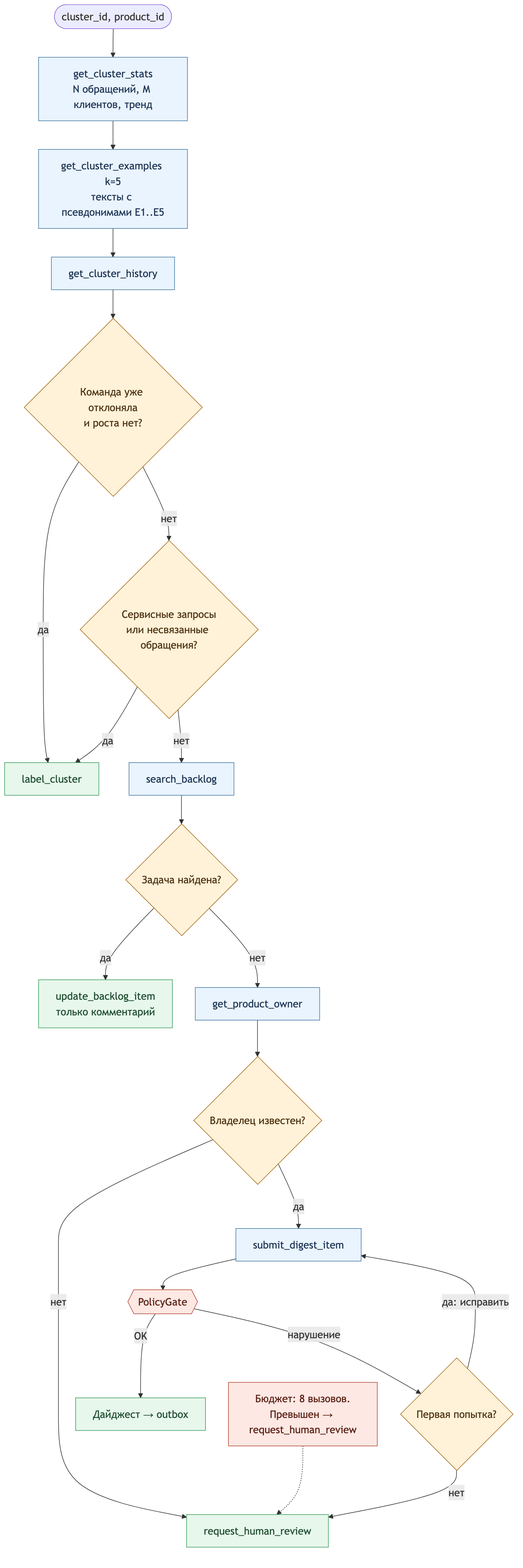
This is docs/diagrams/rendered/03-agent-workflow.png from Gnod-do/ticket-triage-agent, a Mermaid export, as it was before one commit. Its source is kept beside it as docs/diagrams/03-agent-workflow.mmd.
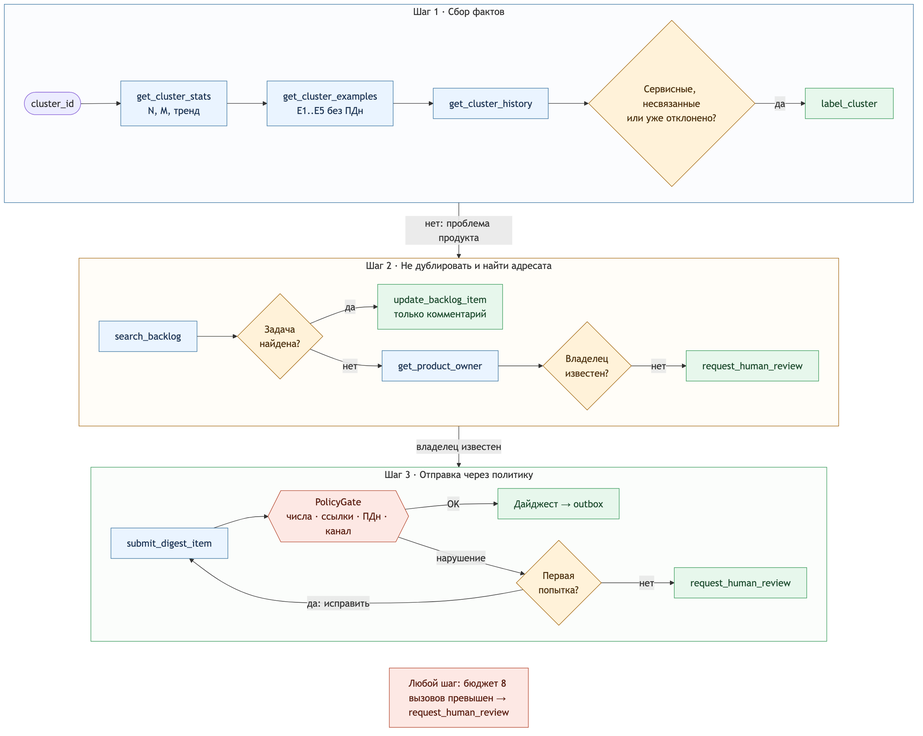
Later version of the same file.

Change to the diagram source:
```diff
@@ -4,23 +4,37 @@
   classDef out fill:#e7f7ec,stroke:#3a9b5c,color:#1f4d30
   classDef gate fill:#fde8e4,stroke:#b4472e,color:#5a1f12
 
-  S(["cluster_id, product_id"]) --> T1["get_cluster_stats<br/>N обращений, M клиентов, тренд"]:::tool
-  T1 --> T2["get_cluster_examples k=5<br/>тексты с псевдонимами E1..E5"]:::tool
-  T2 --> T3["get_cluster_history"]:::tool
-  T3 --> D1{"Команда уже отклоняла<br/>и роста нет?"}:::dec
-  D1 -->|"да"| L1["label_cluster"]:::out
-  D1 -->|"нет"| D2{"Сервисные запросы<br/>или несвязанные обращения?"}:::dec
-  D2 -->|"да"| L1
-  D2 -->|"нет"| T4["search_backlog"]:::tool
-  T4 --> D3{"Задача найдена?"}:::dec
-  D3 -->|"да"| L2["update_backlog_item<br/>только комментарий"]:::out
-  D3 -->|"нет"| T5["get_product_owner"]:::tool
-  T5 --> D4{"Владелец известен?"}:::dec
-  D4 -->|"нет"| L4["request_human_review"]:::out
-  D4 -->|"да"| T6["submit_digest_item"]:::tool
-  T6 --> G{{"PolicyGate"}}:::gate
-  G -->|"OK"| L3["Дайджест → outbox"]:::out
-  G -->|"нарушение"| D5{"Первая попытка?"}:::dec
-  D5 -->|"да: исправить"| T6
-  D5 -->|"нет"| L4
-  B["Бюджет: 8 вызовов.<br/>Превышен → request_human_review"]:::gate -.-> L4
+  subgraph A1["Шаг 1 · Сбор фактов"]
+    direction LR
+    S(["cluster_id"]) --> T1["get_cluster_stats<br/>N, M, тренд"]:::tool
+    T1 --> T2["get_cluster_examples<br/>E1..E5 без ПДн"]:::tool
+    T2 --> T3["get_cluster_history"]:::tool
+    T3 --> D1{"Сервисные, несвязанные<br/>или уже отклонено?"}:::dec
+    D1 -->|"да"| L1["label_cluster"]:::out
+  end
+
+  subgraph A2["Шаг 2 · Не дублировать и найти адресата"]
+    direction LR
+    T4["search_backlog"]:::tool --> D3{"Задача<br/>найдена?"}:::dec
+    D3 -->|"да"| L2["update_backlog_item<br/>только комментарий"]:::out
+    D3 -->|"нет"| T5["get_product_owner"]:::tool
+    T5 --> D4{"Владелец<br/>известен?"}:::dec
+    D4 -->|"нет"| L4a["request_human_review"]:::out
+  end
+
+  subgraph A3["Шаг 3 · Отправка через политику"]
+    direction LR
+    T6["submit_digest_item"]:::tool --> G{{"PolicyGate<br/>числа · ссылки · ПДн · канал"}}:::gate
+    G -->|"OK"| L3["Дайджест → outbox"]:::out
+    G -->|"нарушение"| D5{"Первая<br/>попытка?"}:::dec
+    D5 -->|"да: исправить"| T6
+    D5 -->|"нет"| L4b["request_human_review"]:::out
+  end
+
+  A1 -->|"нет: проблема продукта"| A2
+  A2 -->|"владелец известен"| A3
+  B["Любой шаг: бюджет 8 вызовов превышен → request_human_review"]:::gate
+  A3 ~~~ B
+  style A1 fill:#fbfcfe,stroke:#3d76a2
+  style A2 fill:#fffdf8,stroke:#a66b17
+  style A3 fill:#fbfdfb,stroke:#3a9b5c
```
